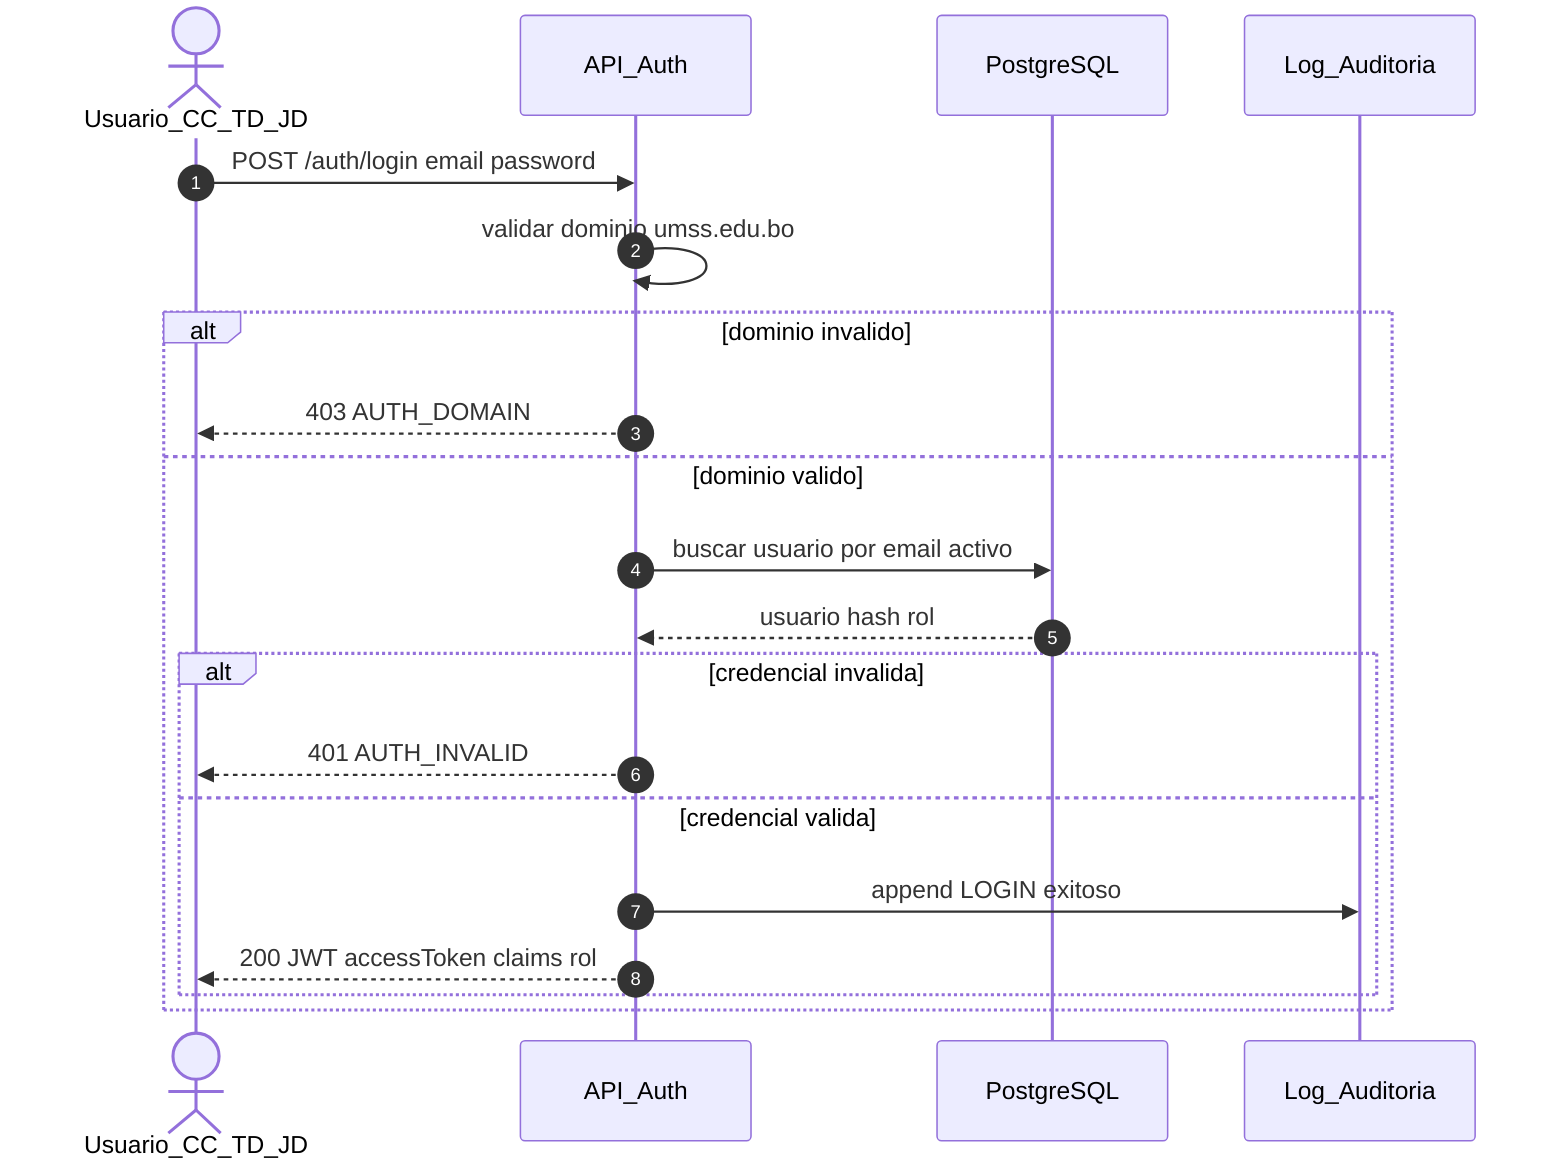
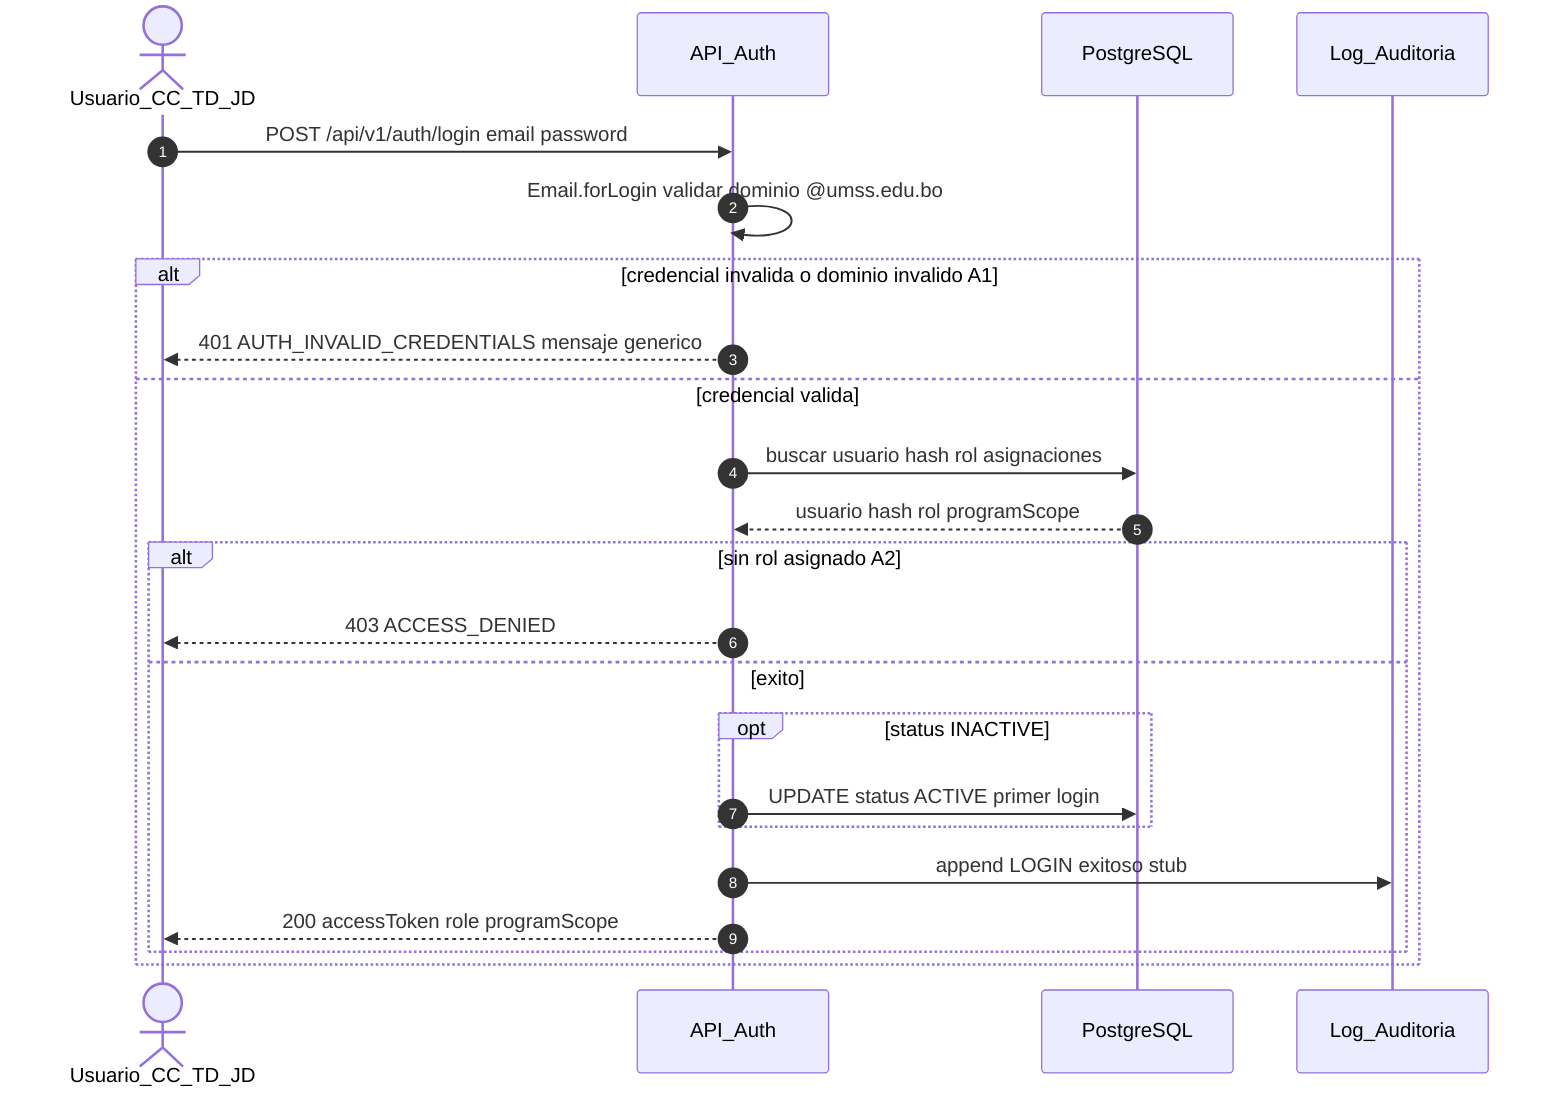
﻿%% diagramId: D-SEQ-001
- %% fsdTrace: docs/LFSD.md FSD-UC-001 RB-06 PRD-REQ-001 PRD-REQ-002
- %% version: 1.0
+ %% fsdTrace: docs/product/FSD.md FSD-UC-001 DD-UC-001 PRD-REQ-001
+ %% version: 1.1 · MOD-AUTH v1.0 (A1 estricto → 401)
sequenceDiagram
    autonumber
    actor U as Usuario_CC_TD_JD
    participant API as API_Auth
    participant DB as PostgreSQL
    participant AUD as Log_Auditoria

-     U->>API: POST /auth/login email password
-     API->>API: validar dominio umss.edu.bo
-     alt dominio invalido
-         API-->>U: 403 AUTH_DOMAIN
-     else dominio valido
-         API->>DB: buscar usuario por email activo
-         DB-->>API: usuario hash rol
-         alt credencial invalida
-             API-->>U: 401 AUTH_INVALID
-         else credencial valida
-             API->>AUD: append LOGIN exitoso
-             API-->>U: 200 JWT accessToken claims rol
+     U->>API: POST /api/v1/auth/login email password
+     API->>API: Email.forLogin validar dominio @umss.edu.bo
+     alt credencial invalida o dominio invalido A1
+         API-->>U: 401 AUTH_INVALID_CREDENTIALS mensaje generico
+     else credencial valida
+         API->>DB: buscar usuario hash rol asignaciones
+         DB-->>API: usuario hash rol programScope
+         alt sin rol asignado A2
+             API-->>U: 403 ACCESS_DENIED
+         else exito
+             opt status INACTIVE
+                 API->>DB: UPDATE status ACTIVE primer login
+             end
+             API->>AUD: append LOGIN exitoso stub
+             API-->>U: 200 accessToken role programScope
        end
    end
